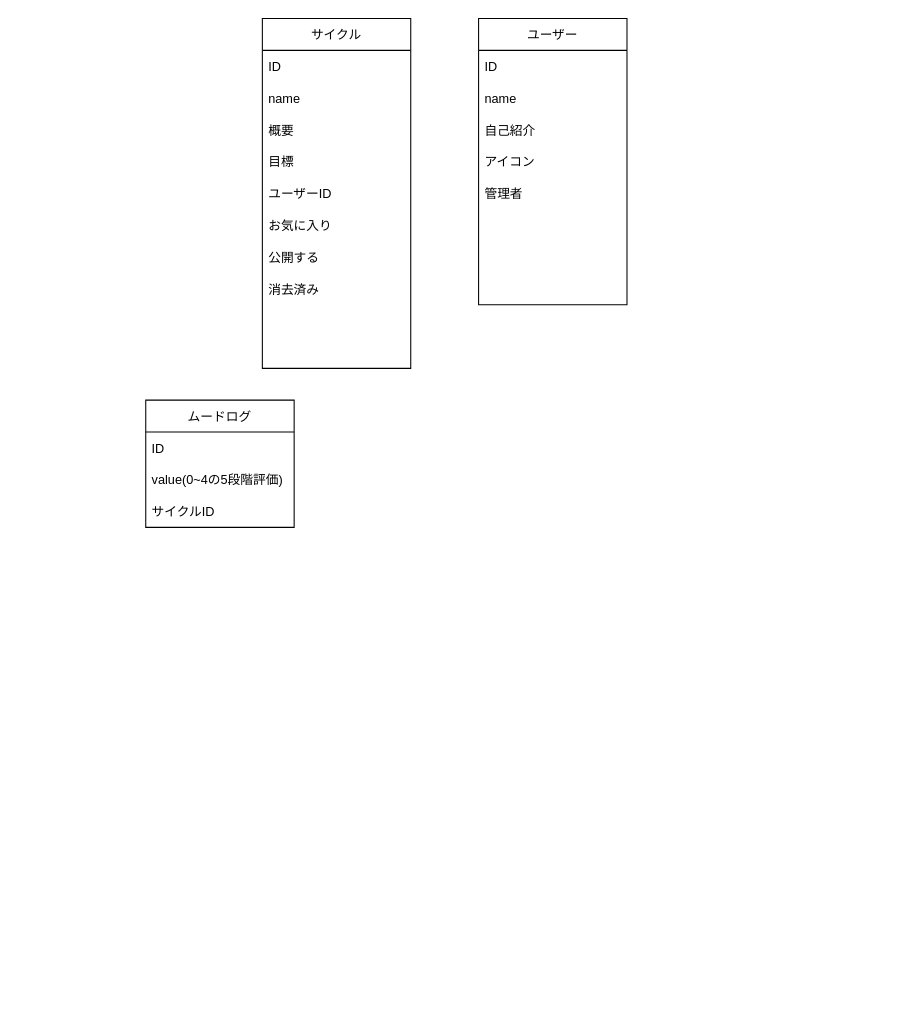
Before: page "ER図(論理図)" (3 of 3) of ER.drawio in katkatprog/drowio, a draw.io diagram. Source tidied: cells renumbered, new cells numbered last; positions are measured from the earlier drawing's top-left corner, leaving out a move shared by most shapes. Both pictures are drawn from the tidied source at 106%, with x=0, y=0 at pixel (145, 18).
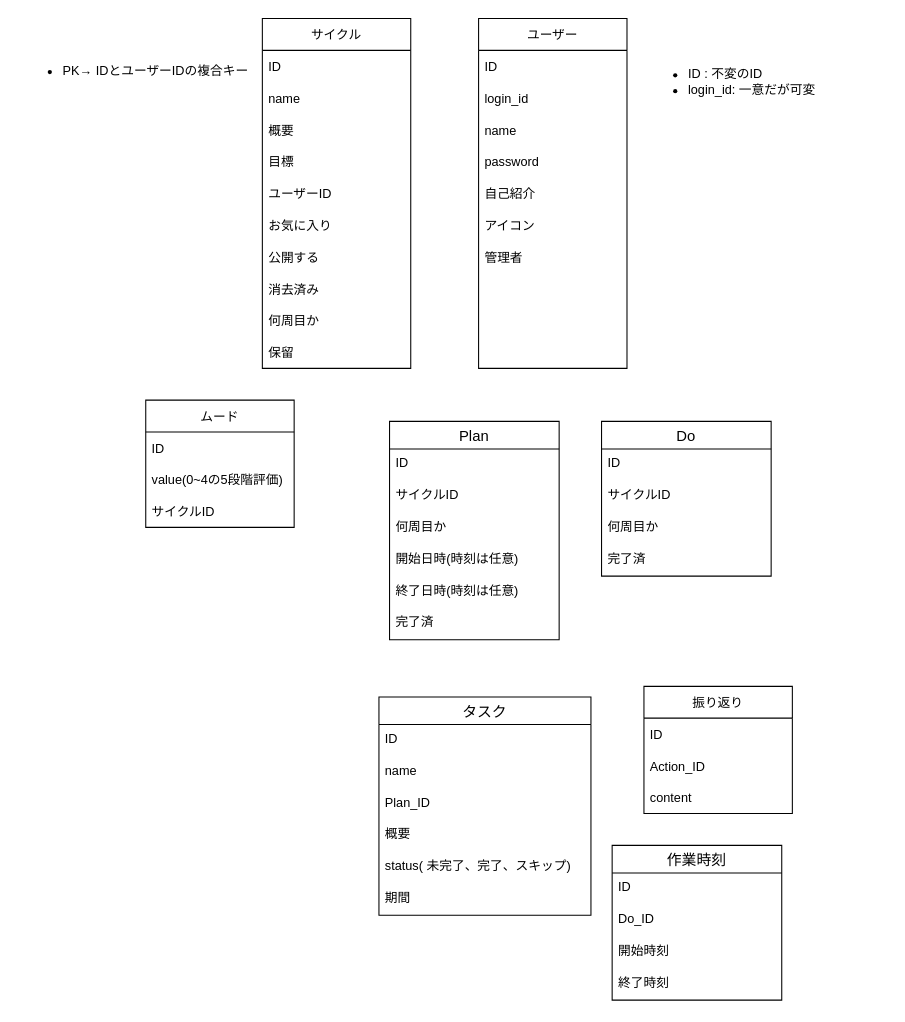
The same diagram, later.

The change refers to these unchanged cells:
```xml
<mxCell id="2" value="サイクル" style="swimlane;fontStyle=0;horizontal=1;startSize=30;" parent="1" vertex="1">
  <mxGeometry x="110" width="140" height="330" as="geometry" />
</mxCell>
```

The edit, as a diff of the source:
```diff
@@
-    <mxCell id="11" style="text;strokeColor=none;fillColor=none;align=left;verticalAlign=middle;spacingLeft=4;spacingRight=4;overflow=hidden;" parent="2" vertex="1">
+    <mxCell id="11" value="何周目か" style="text;strokeColor=none;fillColor=none;align=left;verticalAlign=middle;spacingLeft=4;spacingRight=4;overflow=hidden;" parent="2" vertex="1">
       <mxGeometry y="270" width="140" height="30" as="geometry" />
     </mxCell>
-    <mxCell id="12" style="text;strokeColor=none;fillColor=none;align=left;verticalAlign=middle;spacingLeft=4;spacingRight=4;overflow=hidden;" parent="2" vertex="1">
+    <mxCell id="12" value="保留" style="text;strokeColor=none;fillColor=none;align=left;verticalAlign=middle;spacingLeft=4;spacingRight=4;overflow=hidden;" parent="2" vertex="1">
       <mxGeometry y="300" width="140" height="30" as="geometry" />
     </mxCell>
     <mxCell id="13" value="ユーザー" style="swimlane;fontStyle=0;horizontal=1;startSize=30;" parent="1" vertex="1">
-      <mxGeometry x="314" width="140" height="270" as="geometry" />
+      <mxGeometry x="314" width="140" height="330" as="geometry" />
     </mxCell>
@@
+    <mxCell id="26" value="login_id" style="text;strokeColor=none;fillColor=none;align=left;verticalAlign=middle;spacingLeft=4;spacingRight=4;overflow=hidden;" parent="13" vertex="1">
+      <mxGeometry y="60" width="140" height="30" as="geometry" />
+    </mxCell>
     <mxCell id="15" value="name" style="text;strokeColor=none;fillColor=none;align=left;verticalAlign=middle;spacingLeft=4;spacingRight=4;overflow=hidden;" parent="13" vertex="1">
-      <mxGeometry y="60" width="140" height="30" as="geometry" />
+      <mxGeometry y="90" width="140" height="30" as="geometry" />
     </mxCell>
+    <mxCell id="27" value="password" style="text;strokeColor=none;fillColor=none;align=left;verticalAlign=middle;spacingLeft=4;spacingRight=4;overflow=hidden;" parent="13" vertex="1">
+      <mxGeometry y="120" width="140" height="30" as="geometry" />
+    </mxCell>
     <mxCell id="16" value="自己紹介" style="text;strokeColor=none;fillColor=none;align=left;verticalAlign=middle;spacingLeft=4;spacingRight=4;overflow=hidden;" parent="13" vertex="1">
-      <mxGeometry y="90" width="140" height="30" as="geometry" />
+      <mxGeometry y="150" width="140" height="30" as="geometry" />
     </mxCell>
     <mxCell id="17" value="アイコン" style="text;strokeColor=none;fillColor=none;align=left;verticalAlign=middle;spacingLeft=4;spacingRight=4;overflow=hidden;" parent="13" vertex="1">
-      <mxGeometry y="120" width="140" height="30" as="geometry" />
+      <mxGeometry y="180" width="140" height="30" as="geometry" />
     </mxCell>
     <mxCell id="18" value="管理者" style="text;strokeColor=none;fillColor=none;align=left;verticalAlign=middle;spacingLeft=4;spacingRight=4;overflow=hidden;" parent="13" vertex="1">
-      <mxGeometry y="150" width="140" height="30" as="geometry" />
+      <mxGeometry y="210" width="140" height="30" as="geometry" />
     </mxCell>
     <mxCell id="19" style="text;strokeColor=none;fillColor=none;align=left;verticalAlign=middle;spacingLeft=4;spacingRight=4;overflow=hidden;" parent="13" vertex="1">
-      <mxGeometry y="180" width="140" height="30" as="geometry" />
+      <mxGeometry y="240" width="140" height="30" as="geometry" />
     </mxCell>
     <mxCell id="20" style="text;strokeColor=none;fillColor=none;align=left;verticalAlign=middle;spacingLeft=4;spacingRight=4;overflow=hidden;" parent="13" vertex="1">
-      <mxGeometry y="210" width="140" height="30" as="geometry" />
+      <mxGeometry y="270" width="140" height="30" as="geometry" />
     </mxCell>
     <mxCell id="21" style="text;strokeColor=none;fillColor=none;align=left;verticalAlign=middle;spacingLeft=4;spacingRight=4;overflow=hidden;" parent="13" vertex="1">
-      <mxGeometry y="240" width="140" height="30" as="geometry" />
+      <mxGeometry y="300" width="140" height="30" as="geometry" />
     </mxCell>
-    <mxCell id="22" value="ムードログ" style="swimlane;fontStyle=0;horizontal=1;startSize=30;" parent="1" vertex="1">
+    <mxCell id="22" value="ムード" style="swimlane;fontStyle=0;horizontal=1;startSize=30;" parent="1" vertex="1">
       <mxGeometry y="360" width="140" height="120" as="geometry" />
     </mxCell>
@@
+    <mxCell id="28" value="&lt;ul&gt;&lt;li&gt;ID : 不変のID&lt;/li&gt;&lt;li&gt;login_id: 一意だが可変&lt;/li&gt;&lt;/ul&gt;" style="text;strokeColor=none;fillColor=none;html=1;whiteSpace=wrap;verticalAlign=middle;overflow=hidden;" parent="1" vertex="1">
+      <mxGeometry x="470" y="30" width="230" height="60" as="geometry" />
+    </mxCell>
+    <mxCell id="29" value="Plan" style="swimlane;fontStyle=0;horizontal=1;startSize=26;align=center;fontSize=14;" parent="1" vertex="1">
+      <mxGeometry x="230" y="380" width="160" height="206" as="geometry" />
+    </mxCell>
+    <mxCell id="30" value="ID" style="text;strokeColor=none;fillColor=none;spacingLeft=4;spacingRight=4;overflow=hidden;fontSize=12;" parent="29" vertex="1">
+      <mxGeometry y="26" width="160" height="30" as="geometry" />
+    </mxCell>
+    <mxCell id="31" value="サイクルID" style="text;strokeColor=none;fillColor=none;spacingLeft=4;spacingRight=4;overflow=hidden;fontSize=12;" parent="29" vertex="1">
+      <mxGeometry y="56" width="160" height="30" as="geometry" />
+    </mxCell>
+    <mxCell id="32" value="何周目か" style="text;strokeColor=none;fillColor=none;spacingLeft=4;spacingRight=4;overflow=hidden;fontSize=12;" parent="29" vertex="1">
+      <mxGeometry y="86" width="160" height="30" as="geometry" />
+    </mxCell>
+    <mxCell id="33" value="開始日時(時刻は任意)" style="text;strokeColor=none;fillColor=none;spacingLeft=4;spacingRight=4;overflow=hidden;fontSize=12;" parent="29" vertex="1">
+      <mxGeometry y="116" width="160" height="30" as="geometry" />
+    </mxCell>
+    <mxCell id="34" value="終了日時(時刻は任意)" style="text;strokeColor=none;fillColor=none;spacingLeft=4;spacingRight=4;overflow=hidden;fontSize=12;" parent="29" vertex="1">
+      <mxGeometry y="146" width="160" height="30" as="geometry" />
+    </mxCell>
+    <mxCell id="35" value="完了済" style="text;strokeColor=none;fillColor=none;spacingLeft=4;spacingRight=4;overflow=hidden;fontSize=12;" parent="29" vertex="1">
+      <mxGeometry y="176" width="160" height="30" as="geometry" />
+    </mxCell>
+    <mxCell id="36" value="&lt;ul&gt;&lt;li&gt;PK→ IDとユーザーIDの複合キー&lt;/li&gt;&lt;/ul&gt;" style="text;strokeColor=none;fillColor=none;html=1;whiteSpace=wrap;verticalAlign=middle;overflow=hidden;" parent="1" vertex="1">
+      <mxGeometry x="-120" y="20" width="225" height="60" as="geometry" />
+    </mxCell>
+    <mxCell id="37" value="タスク" style="swimlane;fontStyle=0;horizontal=1;startSize=26;align=center;fontSize=14;" parent="1" vertex="1">
+      <mxGeometry x="220" y="640" width="200" height="206" as="geometry" />
+    </mxCell>
+    <mxCell id="38" value="ID" style="text;strokeColor=none;fillColor=none;spacingLeft=4;spacingRight=4;overflow=hidden;fontSize=12;" parent="37" vertex="1">
+      <mxGeometry y="26" width="200" height="30" as="geometry" />
+    </mxCell>
+    <mxCell id="39" value="name" style="text;strokeColor=none;fillColor=none;spacingLeft=4;spacingRight=4;overflow=hidden;fontSize=12;" parent="37" vertex="1">
+      <mxGeometry y="56" width="200" height="30" as="geometry" />
+    </mxCell>
+    <mxCell id="40" value="Plan_ID" style="text;strokeColor=none;fillColor=none;spacingLeft=4;spacingRight=4;overflow=hidden;fontSize=12;" parent="37" vertex="1">
+      <mxGeometry y="86" width="200" height="30" as="geometry" />
+    </mxCell>
+    <mxCell id="41" value="概要" style="text;strokeColor=none;fillColor=none;spacingLeft=4;spacingRight=4;overflow=hidden;fontSize=12;" parent="37" vertex="1">
+      <mxGeometry y="116" width="200" height="30" as="geometry" />
+    </mxCell>
+    <mxCell id="42" value="status( 未完了、完了、スキップ)" style="text;strokeColor=none;fillColor=none;spacingLeft=4;spacingRight=4;overflow=hidden;fontSize=12;" parent="37" vertex="1">
+      <mxGeometry y="146" width="200" height="30" as="geometry" />
+    </mxCell>
+    <mxCell id="43" value="期間" style="text;strokeColor=none;fillColor=none;spacingLeft=4;spacingRight=4;overflow=hidden;fontSize=12;" parent="37" vertex="1">
+      <mxGeometry y="176" width="200" height="30" as="geometry" />
+    </mxCell>
+    <mxCell id="44" value="振り返り" style="swimlane;fontStyle=0;horizontal=1;startSize=30;" parent="1" vertex="1">
+      <mxGeometry x="470" y="630" width="140" height="120" as="geometry" />
+    </mxCell>
+    <mxCell id="45" value="ID" style="text;strokeColor=none;fillColor=none;align=left;verticalAlign=middle;spacingLeft=4;spacingRight=4;overflow=hidden;" parent="44" vertex="1">
+      <mxGeometry y="30" width="140" height="30" as="geometry" />
+    </mxCell>
+    <mxCell id="46" value="Action_ID" style="text;strokeColor=none;fillColor=none;align=left;verticalAlign=middle;spacingLeft=4;spacingRight=4;overflow=hidden;" parent="44" vertex="1">
+      <mxGeometry y="60" width="140" height="30" as="geometry" />
+    </mxCell>
+    <mxCell id="47" value="content" style="text;strokeColor=none;fillColor=none;align=left;verticalAlign=middle;spacingLeft=4;spacingRight=4;overflow=hidden;" parent="44" vertex="1">
+      <mxGeometry y="90" width="140" height="30" as="geometry" />
+    </mxCell>
+    <mxCell id="48" value="Do" style="swimlane;fontStyle=0;horizontal=1;startSize=26;align=center;fontSize=14;" parent="1" vertex="1">
+      <mxGeometry x="430" y="380" width="160" height="146" as="geometry" />
+    </mxCell>
+    <mxCell id="49" value="ID" style="text;strokeColor=none;fillColor=none;spacingLeft=4;spacingRight=4;overflow=hidden;fontSize=12;" parent="48" vertex="1">
+      <mxGeometry y="26" width="160" height="30" as="geometry" />
+    </mxCell>
+    <mxCell id="50" value="サイクルID" style="text;strokeColor=none;fillColor=none;spacingLeft=4;spacingRight=4;overflow=hidden;fontSize=12;" parent="48" vertex="1">
+      <mxGeometry y="56" width="160" height="30" as="geometry" />
+    </mxCell>
+    <mxCell id="51" value="何周目か" style="text;strokeColor=none;fillColor=none;spacingLeft=4;spacingRight=4;overflow=hidden;fontSize=12;" parent="48" vertex="1">
+      <mxGeometry y="86" width="160" height="30" as="geometry" />
+    </mxCell>
+    <mxCell id="52" value="完了済" style="text;strokeColor=none;fillColor=none;spacingLeft=4;spacingRight=4;overflow=hidden;fontSize=12;" parent="48" vertex="1">
+      <mxGeometry y="116" width="160" height="30" as="geometry" />
+    </mxCell>
+    <mxCell id="53" value="作業時刻" style="swimlane;fontStyle=0;horizontal=1;startSize=26;align=center;fontSize=14;" parent="1" vertex="1">
+      <mxGeometry x="440" y="780" width="160" height="146" as="geometry" />
+    </mxCell>
+    <mxCell id="54" value="ID" style="text;strokeColor=none;fillColor=none;spacingLeft=4;spacingRight=4;overflow=hidden;fontSize=12;" parent="53" vertex="1">
+      <mxGeometry y="26" width="160" height="30" as="geometry" />
+    </mxCell>
+    <mxCell id="55" value="Do_ID" style="text;strokeColor=none;fillColor=none;spacingLeft=4;spacingRight=4;overflow=hidden;fontSize=12;" parent="53" vertex="1">
+      <mxGeometry y="56" width="160" height="30" as="geometry" />
+    </mxCell>
+    <mxCell id="56" value="開始時刻" style="text;strokeColor=none;fillColor=none;spacingLeft=4;spacingRight=4;overflow=hidden;fontSize=12;" parent="53" vertex="1">
+      <mxGeometry y="86" width="160" height="30" as="geometry" />
+    </mxCell>
+    <mxCell id="57" value="終了時刻" style="text;strokeColor=none;fillColor=none;spacingLeft=4;spacingRight=4;overflow=hidden;fontSize=12;" parent="53" vertex="1">
+      <mxGeometry y="116" width="160" height="30" as="geometry" />
+    </mxCell>
```
